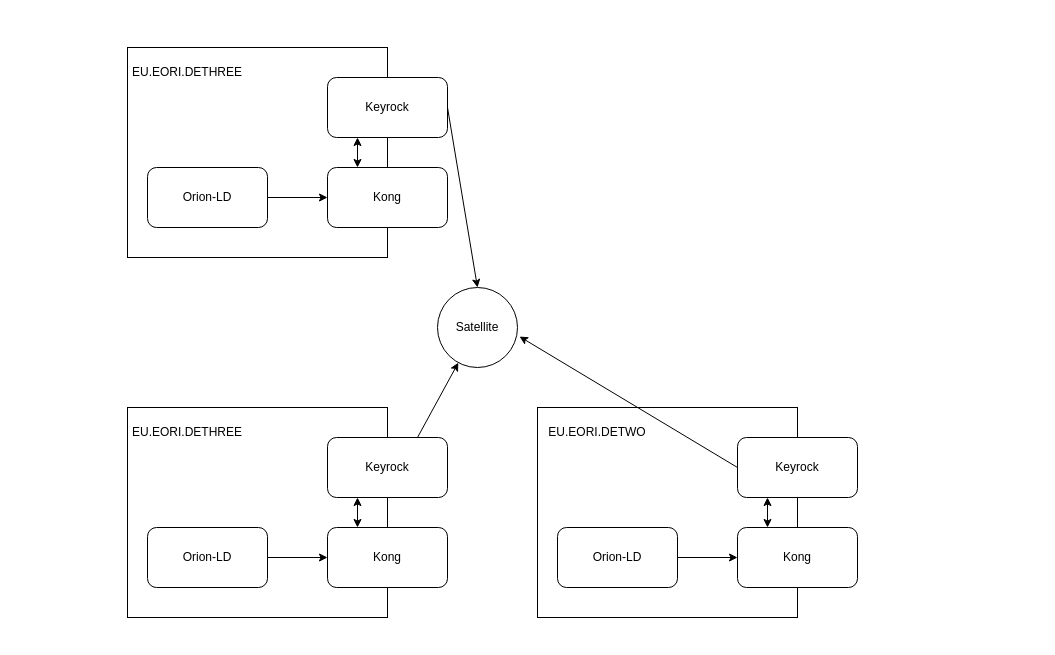
This is docs/overview.drawio from FIWARE-Ops/batterypass-demonstrator, a draw.io file, before an edit. Source tidied: cells renumbered, new cells numbered last; positions are measured from the earlier drawing's top-left corner, leaving out a move shared by most shapes. Both pictures are drawn from the tidied source at 100%, with x=0, y=0 at pixel (127, 47).
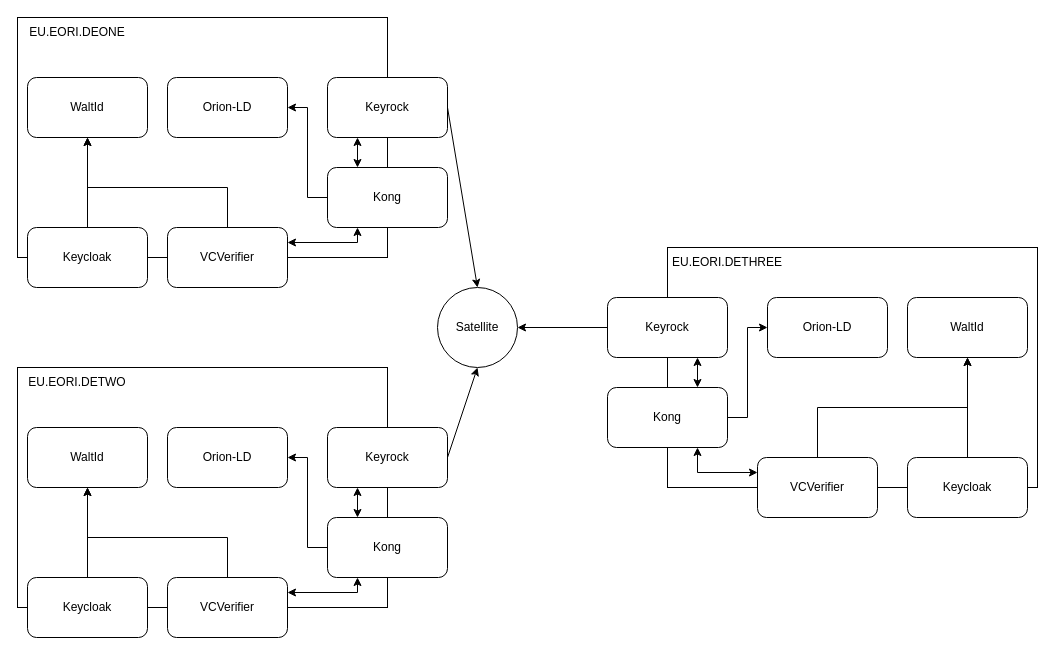
The same diagram, later.

The change refers to these unchanged cells:
```xml
<mxCell id="2" value="Satellite" style="ellipse;whiteSpace=wrap;html=1;" parent="1" vertex="1">
  <mxGeometry x="310" y="240" width="80" height="80" as="geometry" />
</mxCell>
<mxCell id="16" value="Kong" style="rounded=1;whiteSpace=wrap;html=1;" parent="12" vertex="1">
  <mxGeometry x="200" y="120" width="120" height="60" as="geometry" />
</mxCell>
```

What changed in the source:
```diff
@@
+    <mxCell id="30" style="rounded=0;whiteSpace=wrap;html=1;" parent="1" vertex="1">
+      <mxGeometry x="540" y="200" width="370" height="240" as="geometry" />
+    </mxCell>
@@
-    <mxCell id="4" style="group;" parent="1" vertex="1">
-      <mxGeometry x="410" y="360" width="320" height="210" as="geometry" />
-    </mxCell>
-    <mxCell id="5" style="rounded=0;whiteSpace=wrap;html=1;" parent="4" vertex="1">
-      <mxGeometry width="260" height="210" as="geometry" />
-    </mxCell>
-    <mxCell id="6" value="Keyrock" style="rounded=1;whiteSpace=wrap;html=1;" parent="4" vertex="1">
-      <mxGeometry x="200" y="30" width="120" height="60" as="geometry" />
-    </mxCell>
-    <mxCell id="7" value="Orion-LD" style="rounded=1;whiteSpace=wrap;html=1;" parent="4" vertex="1">
-      <mxGeometry x="20" y="120" width="120" height="60" as="geometry" />
-    </mxCell>
-    <mxCell id="8" value="Kong" style="rounded=1;whiteSpace=wrap;html=1;" parent="4" vertex="1">
-      <mxGeometry x="200" y="120" width="120" height="60" as="geometry" />
-    </mxCell>
-    <mxCell id="9" value="EU.EORI.DETWO" style="text;html=1;strokeColor=none;fillColor=none;align=center;verticalAlign=middle;whiteSpace=wrap;rounded=0;" parent="4" vertex="1">
-      <mxGeometry x="30" y="10" width="60" height="30" as="geometry" />
-    </mxCell>
-    <mxCell id="10" style="endArrow=classic;startArrow=classic;html=1;rounded=0;exitX=0.25;exitY=0;exitDx=0;exitDy=0;" parent="4" edge="1" source="8">
-      <mxGeometry relative="1" as="geometry">
-        <mxPoint x="230" y="90" as="targetPoint" />
-      </mxGeometry>
-    </mxCell>
-    <mxCell id="11" style="endArrow=classic;html=1;rounded=0;exitX=1;exitY=0.5;exitDx=0;exitDy=0;entryX=0;entryY=0.5;entryDx=0;entryDy=0;" parent="4" edge="1" source="7" target="8">
-      <mxGeometry relative="1" as="geometry" />
-    </mxCell>
+    <mxCell id="31" style="group;" parent="1" vertex="1">
+      <mxGeometry x="-100" width="420" height="240" as="geometry" />
+    </mxCell>
-    <mxCell id="12" style="group;" parent="1" vertex="1">
-      <mxGeometry width="320" height="210" as="geometry" />
+    <mxCell id="12" style="group;" parent="31" vertex="1">
+      <mxGeometry x="100" width="320" height="240" as="geometry" />
     </mxCell>
     <mxCell id="13" style="rounded=0;whiteSpace=wrap;html=1;" parent="12" vertex="1">
-      <mxGeometry width="260" height="210" as="geometry" />
+      <mxGeometry x="-110" y="-30" width="370" height="240" as="geometry" />
     </mxCell>
@@
     <mxCell id="15" value="Orion-LD" style="rounded=1;whiteSpace=wrap;html=1;" parent="12" vertex="1">
-      <mxGeometry x="20" y="120" width="120" height="60" as="geometry" />
+      <mxGeometry x="40" y="30" width="120" height="60" as="geometry" />
     </mxCell>
@@
-    <mxCell id="17" value="EU.EORI.DETHREE" style="text;html=1;strokeColor=none;fillColor=none;align=center;verticalAlign=middle;whiteSpace=wrap;rounded=0;" parent="12" vertex="1">
-      <mxGeometry x="30" y="10" width="60" height="30" as="geometry" />
-    </mxCell>
@@
-    <mxCell id="19" style="endArrow=classic;html=1;rounded=0;exitX=1;exitY=0.5;exitDx=0;exitDy=0;entryX=0;entryY=0.5;entryDx=0;entryDy=0;" parent="12" edge="1" source="15" target="16">
-      <mxGeometry relative="1" as="geometry" />
+    <mxCell id="19" style="endArrow=none;html=1;rounded=0;exitX=1;exitY=0.5;exitDx=0;exitDy=0;entryX=0;entryY=0.5;entryDx=0;entryDy=0;startArrow=classic;startFill=1;endFill=0;" parent="12" edge="1" source="15" target="16">
+      <mxGeometry relative="1" as="geometry">
+        <Array as="points">
+          <mxPoint x="180" y="60" />
+          <mxPoint x="180" y="150" />
+        </Array>
+      </mxGeometry>
     </mxCell>
-    <mxCell id="20" style="endArrow=classic;html=1;rounded=0;exitX=0;exitY=0.5;exitDx=0;exitDy=0;entryX=1.025;entryY=0.613;entryDx=0;entryDy=0;entryPerimeter=0;" parent="1" edge="1" source="6" target="2">
-      <mxGeometry relative="1" as="geometry" />
-    </mxCell>
-    <mxCell id="21" style="group;" parent="1" vertex="1">
-      <mxGeometry y="360" width="320" height="210" as="geometry" />
-    </mxCell>
-    <mxCell id="22" style="rounded=0;whiteSpace=wrap;html=1;" parent="21" vertex="1">
-      <mxGeometry width="260" height="210" as="geometry" />
-    </mxCell>
-    <mxCell id="23" value="Keyrock" style="rounded=1;whiteSpace=wrap;html=1;" parent="21" vertex="1">
-      <mxGeometry x="200" y="30" width="120" height="60" as="geometry" />
-    </mxCell>
-    <mxCell id="24" value="Orion-LD" style="rounded=1;whiteSpace=wrap;html=1;" parent="21" vertex="1">
-      <mxGeometry x="20" y="120" width="120" height="60" as="geometry" />
-    </mxCell>
-    <mxCell id="25" value="Kong" style="rounded=1;whiteSpace=wrap;html=1;" parent="21" vertex="1">
-      <mxGeometry x="200" y="120" width="120" height="60" as="geometry" />
-    </mxCell>
+    <mxCell id="32" value="VCVerifier" style="rounded=1;whiteSpace=wrap;html=1;" parent="12" vertex="1">
+      <mxGeometry x="40" y="180" width="120" height="60" as="geometry" />
+    </mxCell>
+    <mxCell id="17" value="EU.EORI.DEONE" style="text;html=1;strokeColor=none;fillColor=none;align=center;verticalAlign=middle;whiteSpace=wrap;rounded=0;" parent="12" vertex="1">
+      <mxGeometry x="-80" y="-30" width="60" height="30" as="geometry" />
+    </mxCell>
+    <mxCell id="33" style="endArrow=classic;startArrow=classic;html=1;rounded=0;entryX=0.25;entryY=1;entryDx=0;entryDy=0;exitX=1;exitY=0.25;exitDx=0;exitDy=0;" parent="12" edge="1" source="32" target="16">
+      <mxGeometry relative="1" as="geometry">
+        <Array as="points">
+          <mxPoint x="230" y="195" />
+        </Array>
+      </mxGeometry>
+    </mxCell>
+    <mxCell id="34" value="WaltId" style="rounded=1;whiteSpace=wrap;html=1;" parent="31" vertex="1">
+      <mxGeometry y="30" width="120" height="60" as="geometry" />
+    </mxCell>
+    <mxCell id="35" value="Keycloak" style="rounded=1;whiteSpace=wrap;html=1;" parent="31" vertex="1">
+      <mxGeometry y="180" width="120" height="60" as="geometry" />
+    </mxCell>
+    <mxCell id="36" style="endArrow=classic;html=1;rounded=0;entryX=0.5;entryY=1;entryDx=0;entryDy=0;" parent="31" edge="1" source="35" target="34">
+      <mxGeometry relative="1" as="geometry" />
+    </mxCell>
+    <mxCell id="37" style="endArrow=classic;html=1;rounded=0;exitX=0.5;exitY=0;exitDx=0;exitDy=0;" parent="31" edge="1" source="32">
+      <mxGeometry relative="1" as="geometry">
+        <mxPoint x="60" y="90" as="targetPoint" />
+        <Array as="points">
+          <mxPoint x="200" y="140" />
+          <mxPoint x="60" y="140" />
+        </Array>
+      </mxGeometry>
+    </mxCell>
+    <mxCell id="38" style="group;" parent="1" vertex="1">
+      <mxGeometry x="-100" y="350" width="420" height="240" as="geometry" />
+    </mxCell>
+    <mxCell id="39" style="group;" parent="38" vertex="1">
+      <mxGeometry x="100" width="320" height="240" as="geometry" />
+    </mxCell>
+    <mxCell id="40" style="rounded=0;whiteSpace=wrap;html=1;" parent="39" vertex="1">
+      <mxGeometry x="-110" y="-30" width="370" height="240" as="geometry" />
+    </mxCell>
+    <mxCell id="41" value="Keyrock" style="rounded=1;whiteSpace=wrap;html=1;" parent="39" vertex="1">
+      <mxGeometry x="200" y="30" width="120" height="60" as="geometry" />
+    </mxCell>
+    <mxCell id="42" value="Orion-LD" style="rounded=1;whiteSpace=wrap;html=1;" parent="39" vertex="1">
+      <mxGeometry x="40" y="30" width="120" height="60" as="geometry" />
+    </mxCell>
+    <mxCell id="43" value="Kong" style="rounded=1;whiteSpace=wrap;html=1;" parent="39" vertex="1">
+      <mxGeometry x="200" y="120" width="120" height="60" as="geometry" />
+    </mxCell>
+    <mxCell id="44" style="endArrow=classic;startArrow=classic;html=1;rounded=0;exitX=0.25;exitY=0;exitDx=0;exitDy=0;" parent="39" edge="1" source="43">
+      <mxGeometry relative="1" as="geometry">
+        <mxPoint x="230" y="90" as="targetPoint" />
+      </mxGeometry>
+    </mxCell>
+    <mxCell id="45" style="endArrow=none;html=1;rounded=0;exitX=1;exitY=0.5;exitDx=0;exitDy=0;entryX=0;entryY=0.5;entryDx=0;entryDy=0;startArrow=classic;startFill=1;endFill=0;" parent="39" edge="1" source="42" target="43">
+      <mxGeometry relative="1" as="geometry">
+        <Array as="points">
+          <mxPoint x="180" y="60" />
+          <mxPoint x="180" y="150" />
+        </Array>
+      </mxGeometry>
+    </mxCell>
+    <mxCell id="46" value="VCVerifier" style="rounded=1;whiteSpace=wrap;html=1;" parent="39" vertex="1">
+      <mxGeometry x="40" y="180" width="120" height="60" as="geometry" />
+    </mxCell>
+    <mxCell id="9" value="EU.EORI.DETWO" style="text;html=1;strokeColor=none;fillColor=none;align=center;verticalAlign=middle;whiteSpace=wrap;rounded=0;" parent="39" vertex="1">
+      <mxGeometry x="-80" y="-30" width="60" height="30" as="geometry" />
+    </mxCell>
+    <mxCell id="47" style="endArrow=classic;startArrow=classic;html=1;rounded=0;entryX=0.25;entryY=1;entryDx=0;entryDy=0;exitX=1;exitY=0.25;exitDx=0;exitDy=0;" parent="39" edge="1" source="46" target="43">
+      <mxGeometry relative="1" as="geometry">
+        <Array as="points">
+          <mxPoint x="230" y="195" />
+        </Array>
+      </mxGeometry>
+    </mxCell>
+    <mxCell id="48" value="WaltId" style="rounded=1;whiteSpace=wrap;html=1;" parent="38" vertex="1">
+      <mxGeometry y="30" width="120" height="60" as="geometry" />
+    </mxCell>
+    <mxCell id="49" value="Keycloak" style="rounded=1;whiteSpace=wrap;html=1;" parent="38" vertex="1">
+      <mxGeometry y="180" width="120" height="60" as="geometry" />
+    </mxCell>
+    <mxCell id="50" style="endArrow=classic;html=1;rounded=0;entryX=0.5;entryY=1;entryDx=0;entryDy=0;" parent="38" edge="1" source="49" target="48">
+      <mxGeometry relative="1" as="geometry" />
+    </mxCell>
+    <mxCell id="51" style="endArrow=classic;html=1;rounded=0;exitX=0.5;exitY=0;exitDx=0;exitDy=0;" parent="38" edge="1" source="46">
+      <mxGeometry relative="1" as="geometry">
+        <mxPoint x="60" y="90" as="targetPoint" />
+        <Array as="points">
+          <mxPoint x="200" y="140" />
+          <mxPoint x="60" y="140" />
+        </Array>
+      </mxGeometry>
+    </mxCell>
+    <mxCell id="52" style="endArrow=classic;html=1;rounded=0;exitX=1;exitY=0.5;exitDx=0;exitDy=0;entryX=0.5;entryY=1;entryDx=0;entryDy=0;" parent="1" edge="1" source="41" target="2">
+      <mxGeometry relative="1" as="geometry" />
+    </mxCell>
+    <mxCell id="53" value="WaltId" style="rounded=1;whiteSpace=wrap;html=1;" parent="1" vertex="1">
+      <mxGeometry x="780" y="250" width="120" height="60" as="geometry" />
+    </mxCell>
+    <mxCell id="54" value="Keycloak" style="rounded=1;whiteSpace=wrap;html=1;" parent="1" vertex="1">
+      <mxGeometry x="780" y="410" width="120" height="60" as="geometry" />
+    </mxCell>
+    <mxCell id="55" style="endArrow=classic;html=1;rounded=0;entryX=0.5;entryY=1;entryDx=0;entryDy=0;" parent="1" edge="1" source="54" target="53">
+      <mxGeometry relative="1" as="geometry" />
+    </mxCell>
+    <mxCell id="56" value="Keyrock" style="rounded=1;whiteSpace=wrap;html=1;" parent="1" vertex="1">
+      <mxGeometry x="480" y="250" width="120" height="60" as="geometry" />
+    </mxCell>
+    <mxCell id="57" value="Orion-LD" style="rounded=1;whiteSpace=wrap;html=1;" parent="1" vertex="1">
+      <mxGeometry x="640" y="250" width="120" height="60" as="geometry" />
+    </mxCell>
+    <mxCell id="58" value="Kong" style="rounded=1;whiteSpace=wrap;html=1;" parent="1" vertex="1">
+      <mxGeometry x="480" y="340" width="120" height="60" as="geometry" />
+    </mxCell>
+    <mxCell id="59" value="VCVerifier" style="rounded=1;whiteSpace=wrap;html=1;" parent="1" vertex="1">
+      <mxGeometry x="630" y="410" width="120" height="60" as="geometry" />
+    </mxCell>
-    <mxCell id="26" value="EU.EORI.DETHREE" style="text;html=1;strokeColor=none;fillColor=none;align=center;verticalAlign=middle;whiteSpace=wrap;rounded=0;" parent="21" vertex="1">
-      <mxGeometry x="30" y="10" width="60" height="30" as="geometry" />
+    <mxCell id="26" value="EU.EORI.DETHREE" style="text;html=1;strokeColor=none;fillColor=none;align=center;verticalAlign=middle;whiteSpace=wrap;rounded=0;" parent="1" vertex="1">
+      <mxGeometry x="570" y="200" width="60" height="30" as="geometry" />
     </mxCell>
-    <mxCell id="27" style="endArrow=classic;startArrow=classic;html=1;rounded=0;exitX=0.25;exitY=0;exitDx=0;exitDy=0;" parent="21" edge="1" source="25">
-      <mxGeometry relative="1" as="geometry">
-        <mxPoint x="230" y="90" as="targetPoint" />
-      </mxGeometry>
-    </mxCell>
-    <mxCell id="28" style="endArrow=classic;html=1;rounded=0;exitX=1;exitY=0.5;exitDx=0;exitDy=0;entryX=0;entryY=0.5;entryDx=0;entryDy=0;" parent="21" edge="1" source="24" target="25">
-      <mxGeometry relative="1" as="geometry" />
-    </mxCell>
-    <mxCell id="29" style="endArrow=classic;html=1;rounded=0;exitX=0.75;exitY=0;exitDx=0;exitDy=0;" parent="1" edge="1" source="23" target="2">
-      <mxGeometry relative="1" as="geometry" />
-    </mxCell>
+    <mxCell id="60" style="endArrow=classic;html=1;rounded=0;exitX=0;exitY=0.5;exitDx=0;exitDy=0;entryX=1;entryY=0.5;entryDx=0;entryDy=0;" parent="1" edge="1" source="56" target="2">
+      <mxGeometry relative="1" as="geometry" />
+    </mxCell>
+    <mxCell id="61" style="endArrow=classic;startArrow=classic;html=1;rounded=0;entryX=0.75;entryY=1;entryDx=0;entryDy=0;exitX=0.75;exitY=0;exitDx=0;exitDy=0;" parent="1" edge="1" source="58" target="56">
+      <mxGeometry relative="1" as="geometry" />
+    </mxCell>
+    <mxCell id="62" style="endArrow=classic;startArrow=classic;html=1;rounded=0;exitX=0.75;exitY=1;exitDx=0;exitDy=0;entryX=0;entryY=0.25;entryDx=0;entryDy=0;" parent="1" edge="1" source="58" target="59">
+      <mxGeometry relative="1" as="geometry">
+        <Array as="points">
+          <mxPoint x="570" y="425" />
+        </Array>
+      </mxGeometry>
+    </mxCell>
+    <mxCell id="63" style="endArrow=classic;html=1;rounded=0;exitX=1;exitY=0.5;exitDx=0;exitDy=0;entryX=0;entryY=0.5;entryDx=0;entryDy=0;" parent="1" edge="1" source="58" target="57">
+      <mxGeometry relative="1" as="geometry">
+        <Array as="points">
+          <mxPoint x="620" y="370" />
+          <mxPoint x="620" y="280" />
+        </Array>
+      </mxGeometry>
+    </mxCell>
+    <mxCell id="64" style="endArrow=classic;html=1;rounded=0;exitX=0.5;exitY=0;exitDx=0;exitDy=0;entryX=0.5;entryY=1;entryDx=0;entryDy=0;" parent="1" edge="1" source="59" target="53">
+      <mxGeometry relative="1" as="geometry">
+        <Array as="points">
+          <mxPoint x="690" y="360" />
+          <mxPoint x="840" y="360" />
+        </Array>
+      </mxGeometry>
+    </mxCell>
```
